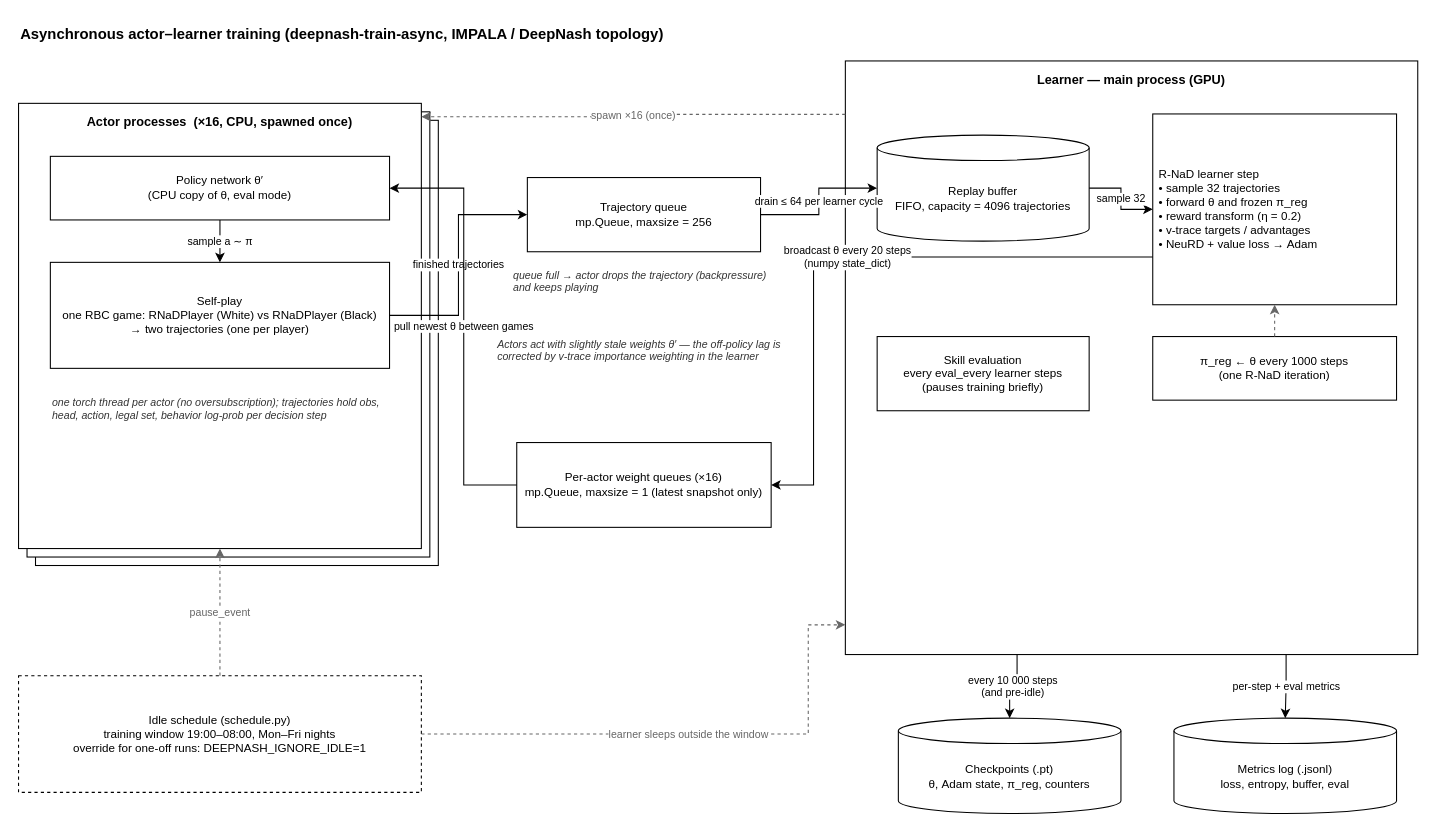
Earlier version of the draw.io diagram docs/diagrams/01-async-architecture.drawio (TristanBandat/deepnash-rbc). Source tidied: cells renumbered, new cells numbered last; positions are measured from the earlier drawing's top-left corner, leaving out a move shared by most shapes. Both pictures are drawn from the tidied source at 106%, with x=0, y=0 at pixel (18, 18).
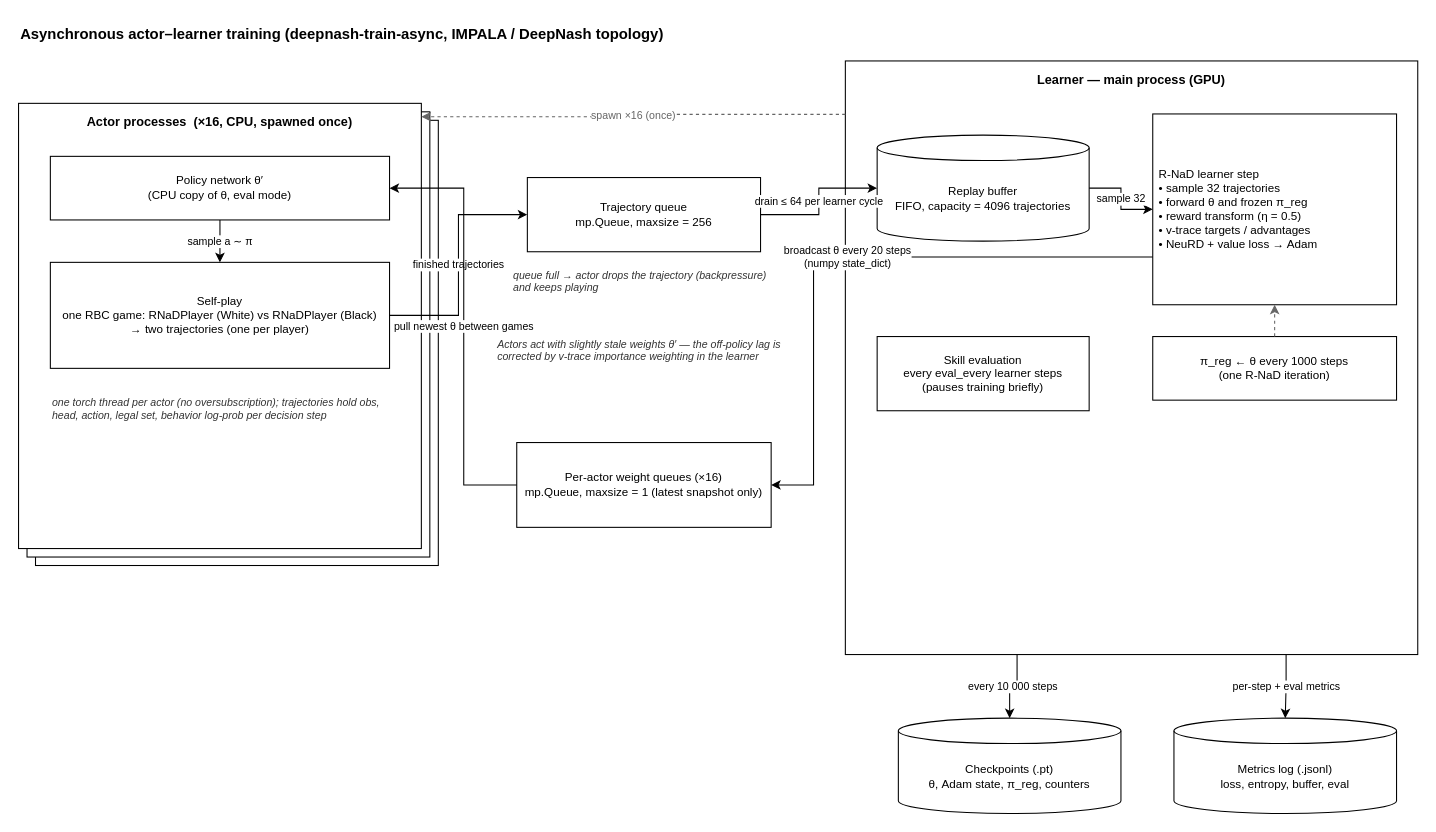
After the change.

Unchanged cells that the change refers to:
```xml
<mxCell id="5" value="Actor processes  (×16, CPU, spawned once)" style="rounded=0;whiteSpace=wrap;html=1;fillColor=#FFFFFF;strokeColor=#000000;verticalAlign=top;fontStyle=1;fontSize=12;spacingTop=4;" parent="1" vertex="1">
  <mxGeometry y="80" width="380" height="420" as="geometry" />
</mxCell>
<mxCell id="14" value="Learner — main process (GPU)" style="rounded=0;whiteSpace=wrap;html=1;fillColor=#FFFFFF;strokeColor=#000000;verticalAlign=top;fontStyle=1;fontSize=12;spacingTop=4;" parent="1" vertex="1">
  <mxGeometry x="780" y="40" width="540" height="560" as="geometry" />
</mxCell>
<mxCell id="20" value="Checkpoints (.pt)&lt;br&gt;θ, Adam state, π_reg, counters" style="shape=cylinder3;whiteSpace=wrap;html=1;boundedLbl=1;backgroundOutline=1;size=12;fillColor=#FFFFFF;strokeColor=#000000;fontSize=11;" parent="1" vertex="1">
  <mxGeometry x="830" y="660" width="210" height="90" as="geometry" />
</mxCell>
```

Change to the diagram source:
```diff
@@
-    <mxCell id="16" value="R-NaD learner step&lt;br&gt;• sample 32 trajectories&lt;br&gt;• forward θ and frozen π_reg&lt;br&gt;• reward transform (η = 0.2)&lt;br&gt;• v-trace targets / advantages&lt;br&gt;• NeuRD + value loss → Adam" style="rounded=0;whiteSpace=wrap;html=1;fillColor=#FFFFFF;strokeColor=#000000;fontSize=11;align=left;spacing=6;" parent="1" vertex="1">
+    <mxCell id="16" value="R-NaD learner step&lt;br&gt;• sample 32 trajectories&lt;br&gt;• forward θ and frozen π_reg&lt;br&gt;• reward transform (η = 0.5)&lt;br&gt;• v-trace targets / advantages&lt;br&gt;• NeuRD + value loss → Adam" style="rounded=0;whiteSpace=wrap;html=1;fillColor=#FFFFFF;strokeColor=#000000;fontSize=11;align=left;spacing=6;" parent="1" vertex="1">
       <mxGeometry x="1070" y="90" width="230" height="180" as="geometry" />
     </mxCell>
@@
-    <mxCell id="22" value="Idle schedule (schedule.py)&lt;br&gt;training window 19:00–08:00, Mon–Fri nights&lt;br&gt;override for one-off runs: DEEPNASH_IGNORE_IDLE=1" style="rounded=0;whiteSpace=wrap;html=1;fillColor=#FFFFFF;strokeColor=#000000;fontSize=11;dashed=1;" parent="1" vertex="1">
-      <mxGeometry y="620" width="380" height="110" as="geometry" />
-    </mxCell>
@@
-    <mxCell id="29" value="every 10 000 steps&lt;br&gt;(and pre-idle)" style="edgeStyle=orthogonalEdgeStyle;rounded=0;html=1;strokeColor=#000000;fontSize=10;exitX=0.3;exitY=1;entryX=0.5;entryY=0;" parent="1" edge="1" source="14" target="20">
+    <mxCell id="29" value="every 10 000 steps" style="edgeStyle=orthogonalEdgeStyle;rounded=0;html=1;strokeColor=#000000;fontSize=10;exitX=0.3;exitY=1;entryX=0.5;entryY=0;" parent="1" edge="1" source="14" target="20">
       <mxGeometry relative="1" as="geometry" />
     </mxCell>
@@
-    <mxCell id="31" value="pause_event" style="edgeStyle=orthogonalEdgeStyle;rounded=0;html=1;strokeColor=#666666;dashed=1;fontSize=10;fontColor=#666666;exitX=0.5;exitY=0;entryX=0.5;entryY=1;" parent="1" edge="1" source="22" target="5">
-      <mxGeometry relative="1" as="geometry" />
-    </mxCell>
-    <mxCell id="32" value="learner sleeps outside the window" style="edgeStyle=orthogonalEdgeStyle;rounded=0;html=1;strokeColor=#666666;dashed=1;fontSize=10;fontColor=#666666;exitX=1;exitY=0.5;entryX=0;entryY=0.95;" parent="1" edge="1" source="22" target="14">
-      <mxGeometry relative="1" as="geometry">
-        <Array as="points">
-          <mxPoint x="745" y="675" />
-        </Array>
-      </mxGeometry>
-    </mxCell>
```
